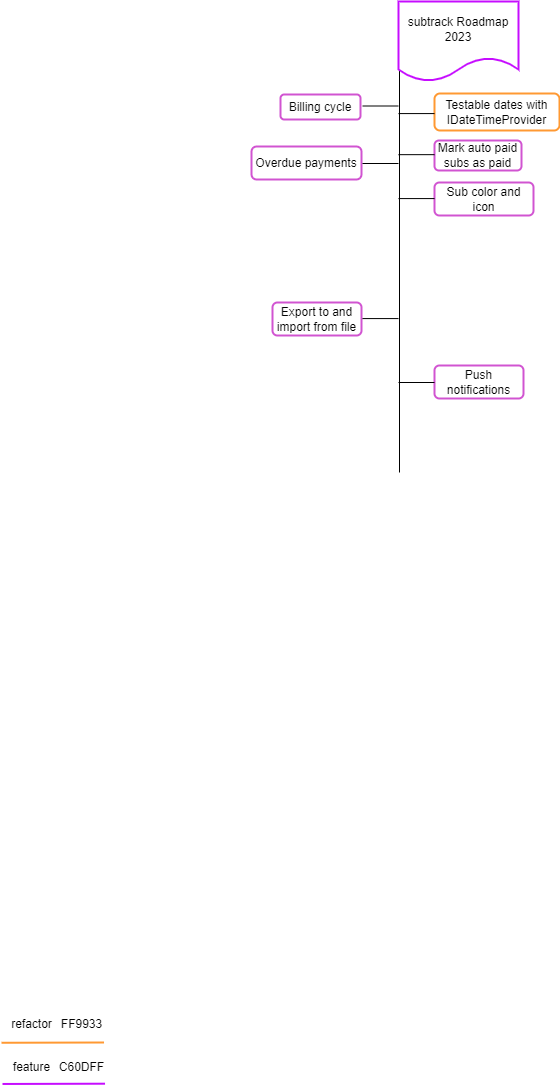
Before: docs/roadmap.png, a diagram exported from draw.io (Code2Gether-Discord/subtrack). Source tidied: cells renumbered, new cells last; positions are measured from the earlier drawing's top-left corner, leaving out a move shared by most shapes.
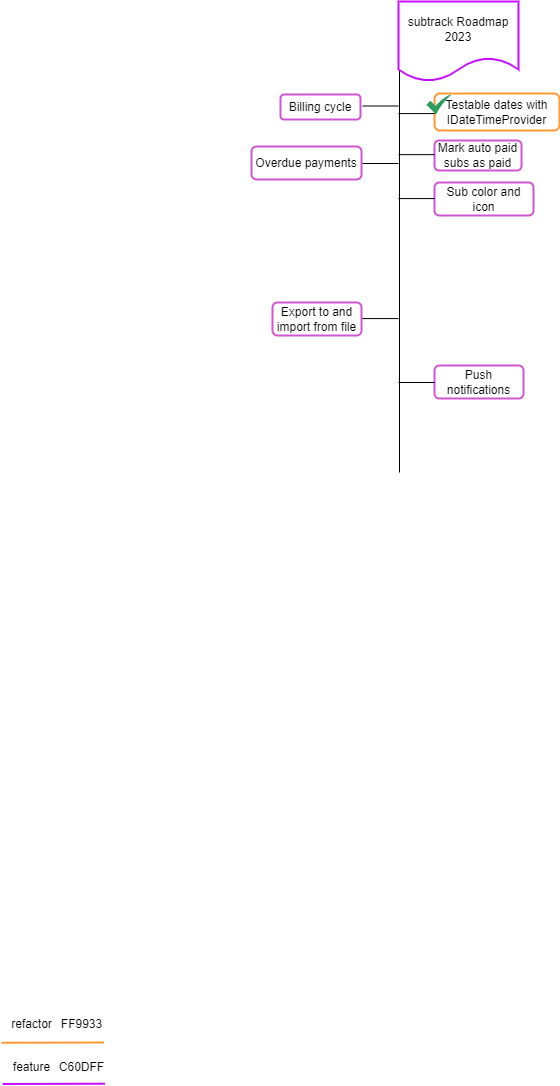
Later version of the same file.

The edit, as a diff of the source:
```diff
@@ -97,5 +97,8 @@
         <mxPoint x="433" y="197.1" as="targetPoint" />
       </mxGeometry>
     </mxCell>
+    <mxCell id="24" style="sketch=0;html=1;strokeColor=none;shadow=0;align=center;verticalAlign=top;fillColor=#2D9C5E;shape=mxgraph.gcp2.check;" parent="1" vertex="1">
+      <mxGeometry x="425" y="93" width="25" height="20" as="geometry" />
+    </mxCell>
   </root>
 </mxGraphModel>
```
